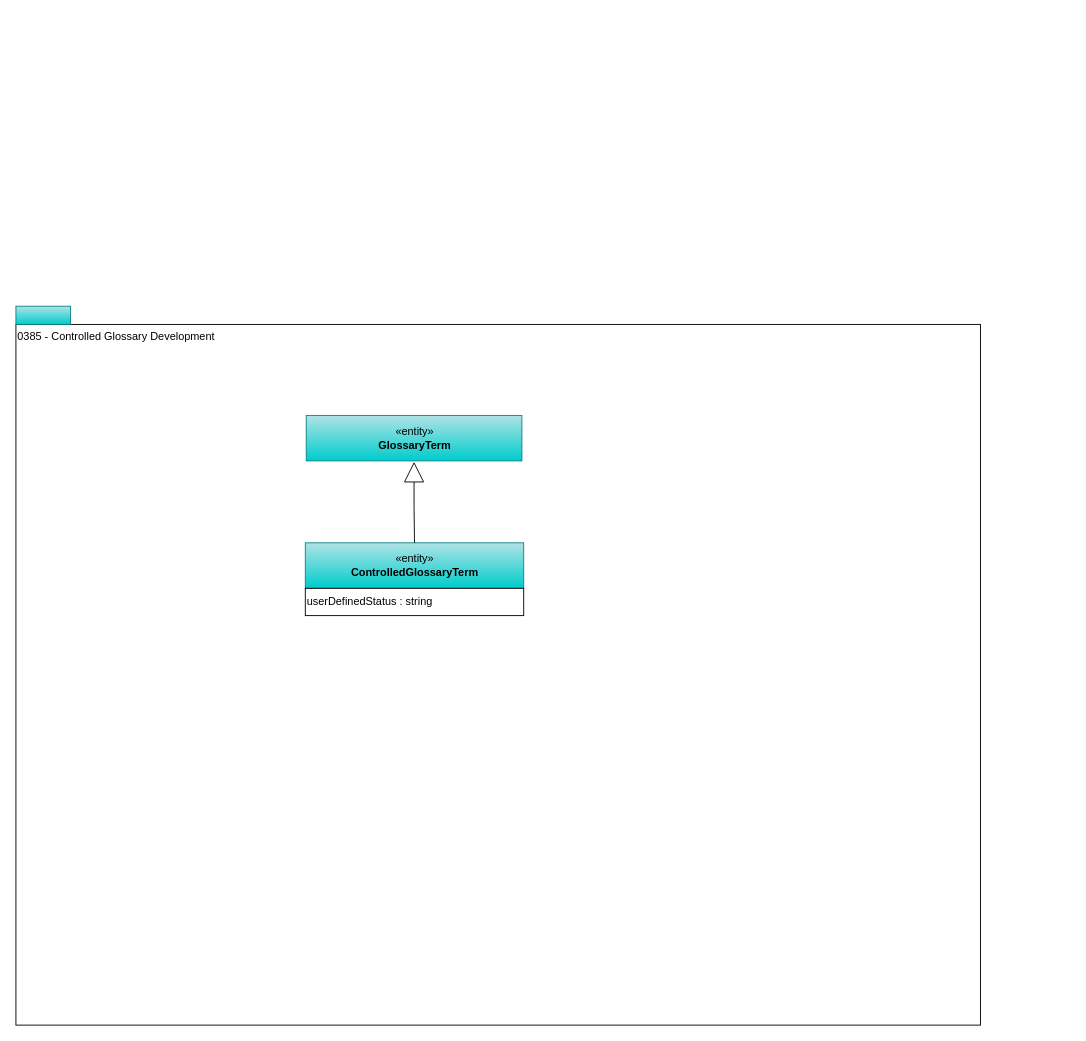
odpi/egeria-docs keeps this draw.io diagram as page "0385-Controlled-Glossary-Development" (11 of 14) of site/docs/types/3/area-3-glossary.drawio. Above is the earlier version. Source tidied: cells renumbered, new cells numbered last; positions are measured from the earlier drawing's top-left corner, leaving out a move shared by most shapes. Both pictures are drawn from the tidied source at 91%, with x=0, y=0 at pixel (15, 306).
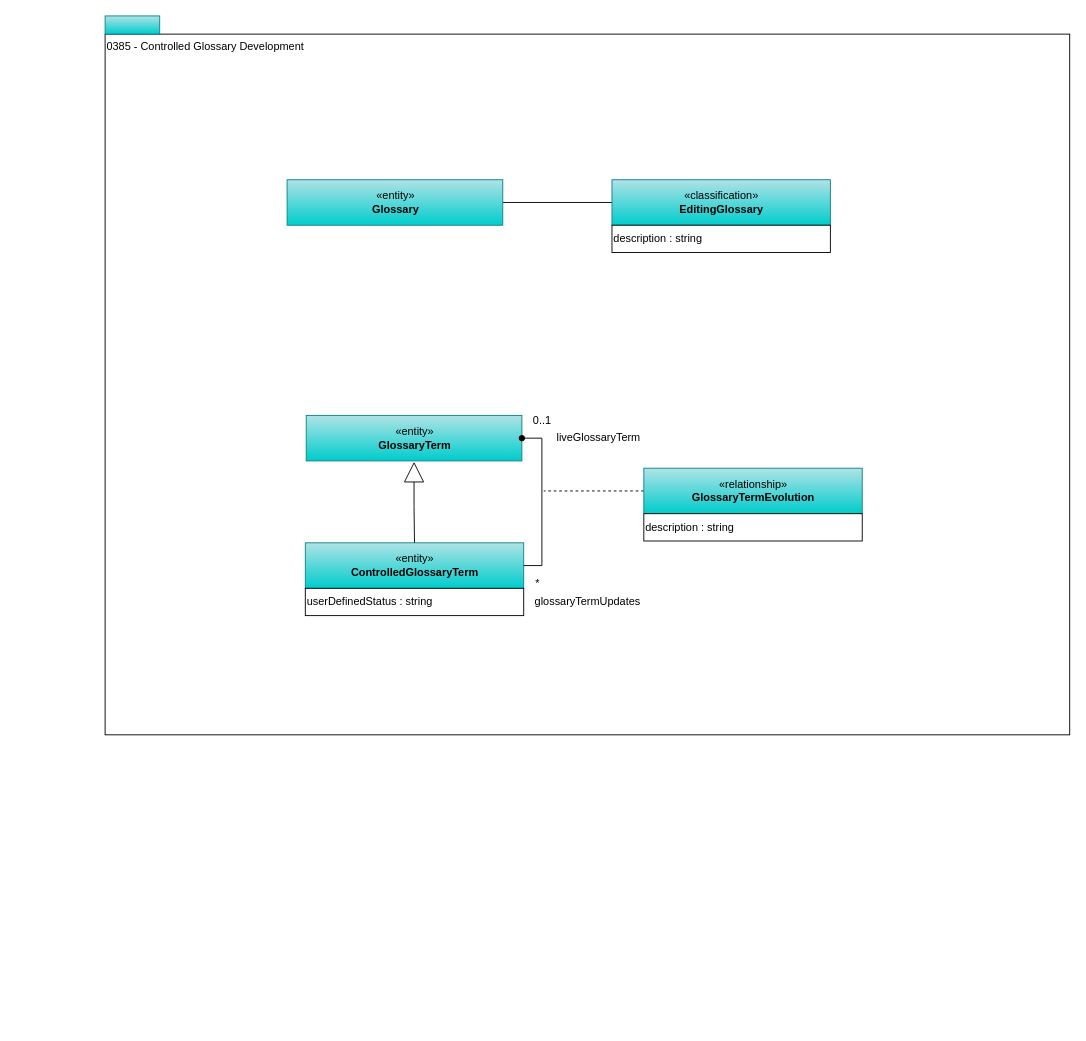
The same diagram, later.

The change refers to these unchanged cells:
```xml
<mxCell id="4" value="«entity»&lt;br&gt;&lt;b&gt;ControlledGlossaryTerm&lt;/b&gt;" style="html=1;strokeColor=#0e8088;align=center;fillColor=#b0e3e6;gradientColor=#00CCCC;" parent="1" vertex="1">
  <mxGeometry x="318" y="260" width="240" height="50" as="geometry" />
</mxCell>
<mxCell id="6" value="«entity»&lt;br&gt;&lt;b&gt;GlossaryTerm&lt;/b&gt;" style="html=1;strokeColor=#0e8088;align=center;fillColor=#b0e3e6;gradientColor=#00CCCC;" parent="1" vertex="1">
  <mxGeometry x="319" y="120" width="237" height="50" as="geometry" />
</mxCell>
```

Diff of the diagram source:
```diff
@@
     <mxCell id="2" value="0385 - Controlled Glossary Development" style="rounded=0;whiteSpace=wrap;html=1;align=left;verticalAlign=top;" parent="1" vertex="1">
-      <mxGeometry y="20" width="1060" height="770" as="geometry" />
+      <mxGeometry x="98" y="-299" width="1060" height="770" as="geometry" />
     </mxCell>
     <mxCell id="3" style="rounded=0;whiteSpace=wrap;html=1;align=left;fillColor=#b0e3e6;strokeColor=#0e8088;gradientColor=#00CCCC;" parent="1" vertex="1">
-      <mxGeometry width="60" height="20" as="geometry" />
+      <mxGeometry x="98" y="-319" width="60" height="20" as="geometry" />
     </mxCell>
@@
+    <mxCell id="8" style="edgeStyle=orthogonalEdgeStyle;rounded=0;jettySize=auto;html=1;exitX=1;exitY=0.5;exitDx=0;exitDy=0;entryX=1;entryY=0.5;entryDx=0;entryDy=0;startArrow=none;startFill=0;endArrow=oval;endFill=1;startSize=8;" parent="1" edge="1" source="4" target="6">
+      <mxGeometry relative="1" as="geometry" />
+    </mxCell>
+    <mxCell id="9" style="edgeStyle=orthogonalEdgeStyle;rounded=0;jettySize=auto;html=1;exitX=0;exitY=0.5;exitDx=0;exitDy=0;startArrow=none;startFill=0;endArrow=none;endFill=0;startSize=6;dashed=1;" parent="1" edge="1" source="10">
+      <mxGeometry relative="1" as="geometry">
+        <mxPoint x="580" y="203" as="targetPoint" />
+      </mxGeometry>
+    </mxCell>
+    <mxCell id="10" value="«relationship»&lt;br&gt;&lt;b&gt;GlossaryTermEvolution&lt;/b&gt;" style="html=1;strokeColor=#0e8088;align=center;fillColor=#b0e3e6;gradientColor=#00CCCC;" parent="1" vertex="1">
+      <mxGeometry x="690" y="178" width="240" height="50" as="geometry" />
+    </mxCell>
+    <mxCell id="11" value="description : string&lt;br&gt;&lt;div style=&quot;text-align: left&quot;&gt;&lt;/div&gt;" style="rounded=0;whiteSpace=wrap;html=1;strokeColor=#000000;gradientColor=#ffffff;align=left;" parent="1" vertex="1">
+      <mxGeometry x="690" y="228" width="240" height="30" as="geometry" />
+    </mxCell>
+    <mxCell id="12" value="0..1" style="text;html=1;align=center;verticalAlign=middle;strokeColor=none;fillColor=none;" parent="1" vertex="1">
+      <mxGeometry x="558" y="111" width="40" height="30" as="geometry" />
+    </mxCell>
+    <mxCell id="13" value="*" style="text;html=1;align=center;verticalAlign=middle;strokeColor=none;fillColor=none;" parent="1" vertex="1">
+      <mxGeometry x="558" y="290" width="30" height="30" as="geometry" />
+    </mxCell>
+    <mxCell id="14" value="liveGlossaryTerm" style="text;html=1;align=center;verticalAlign=middle;strokeColor=none;fillColor=none;" parent="1" vertex="1">
+      <mxGeometry x="580" y="130" width="120" height="30" as="geometry" />
+    </mxCell>
+    <mxCell id="15" value="glossaryTermUpdates" style="text;html=1;align=center;verticalAlign=middle;strokeColor=none;fillColor=none;" parent="1" vertex="1">
+      <mxGeometry x="558" y="310" width="140" height="30" as="geometry" />
+    </mxCell>
+    <mxCell id="16" style="edgeStyle=orthogonalEdgeStyle;rounded=0;jettySize=auto;html=1;exitX=1;exitY=0.5;exitDx=0;exitDy=0;entryX=0;entryY=0.5;entryDx=0;entryDy=0;endArrow=none;endFill=0;" parent="1" edge="1" source="17" target="18">
+      <mxGeometry relative="1" as="geometry" />
+    </mxCell>
+    <mxCell id="17" value="«entity»&lt;br&gt;&lt;b&gt;Glossary&lt;/b&gt;" style="html=1;strokeColor=#0e8088;align=center;fillColor=#b0e3e6;gradientColor=#00CCCC;" parent="1" vertex="1">
+      <mxGeometry x="298" y="-139" width="237" height="50" as="geometry" />
+    </mxCell>
+    <mxCell id="18" value="«classification»&lt;br&gt;&lt;b&gt;EditingGlossary&lt;/b&gt;" style="html=1;strokeColor=#0e8088;align=center;fillColor=#b0e3e6;gradientColor=#00CCCC;" parent="1" vertex="1">
+      <mxGeometry x="655" y="-139" width="240" height="50" as="geometry" />
+    </mxCell>
+    <mxCell id="19" value="description : string&lt;br&gt;&lt;div style=&quot;text-align: left&quot;&gt;&lt;/div&gt;" style="rounded=0;whiteSpace=wrap;html=1;strokeColor=#000000;gradientColor=#ffffff;align=left;" parent="1" vertex="1">
+      <mxGeometry x="655" y="-89" width="240" height="30" as="geometry" />
+    </mxCell>
```
